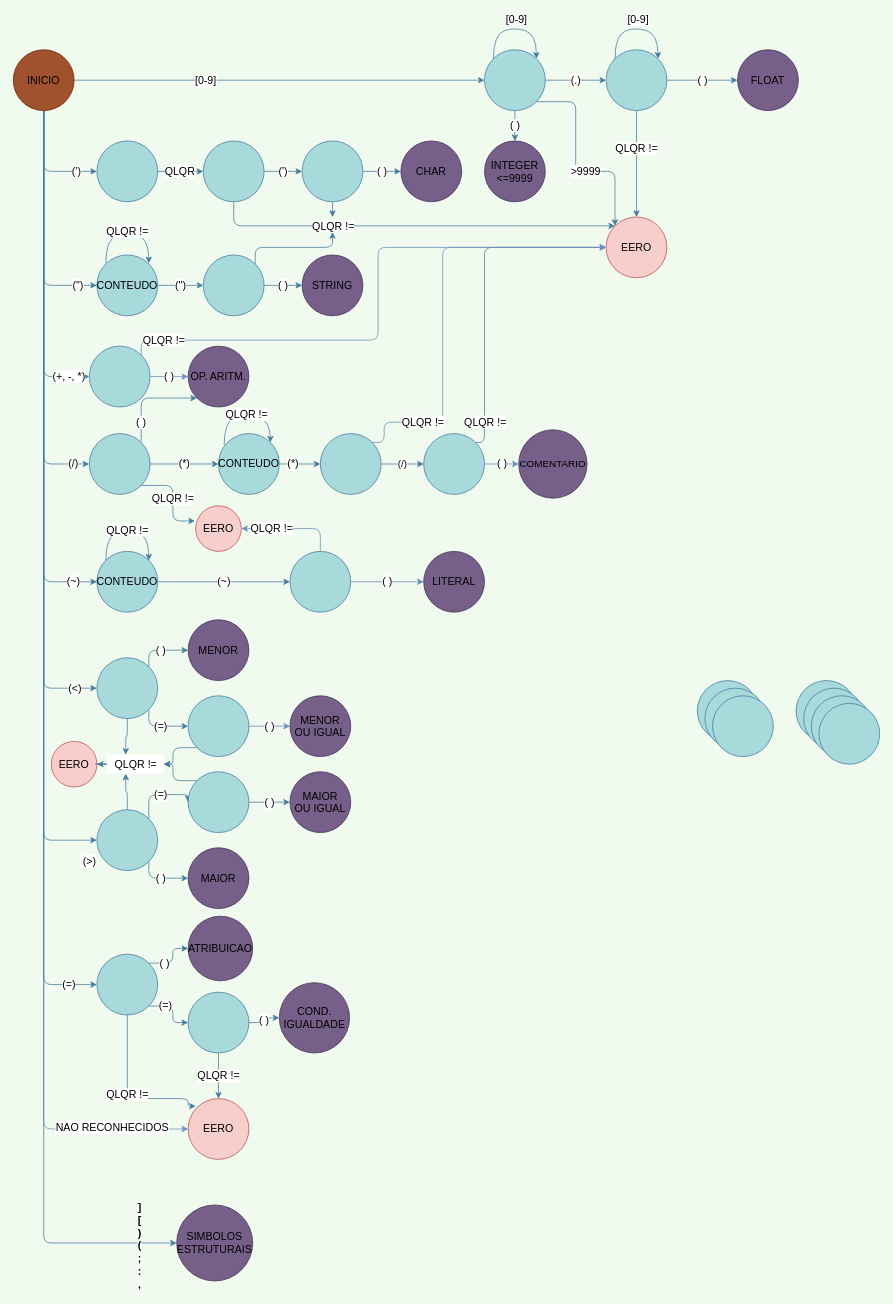
Earlier version of the draw.io diagram Untitled Diagram.drawio (V-Mihael/Hello-World). Source tidied: cells renumbered, new cells numbered last; positions are measured from the earlier drawing's top-left corner, leaving out a move shared by most shapes. Both pictures are drawn from the tidied source at 76%, with x=0, y=0 at pixel (13, 27).
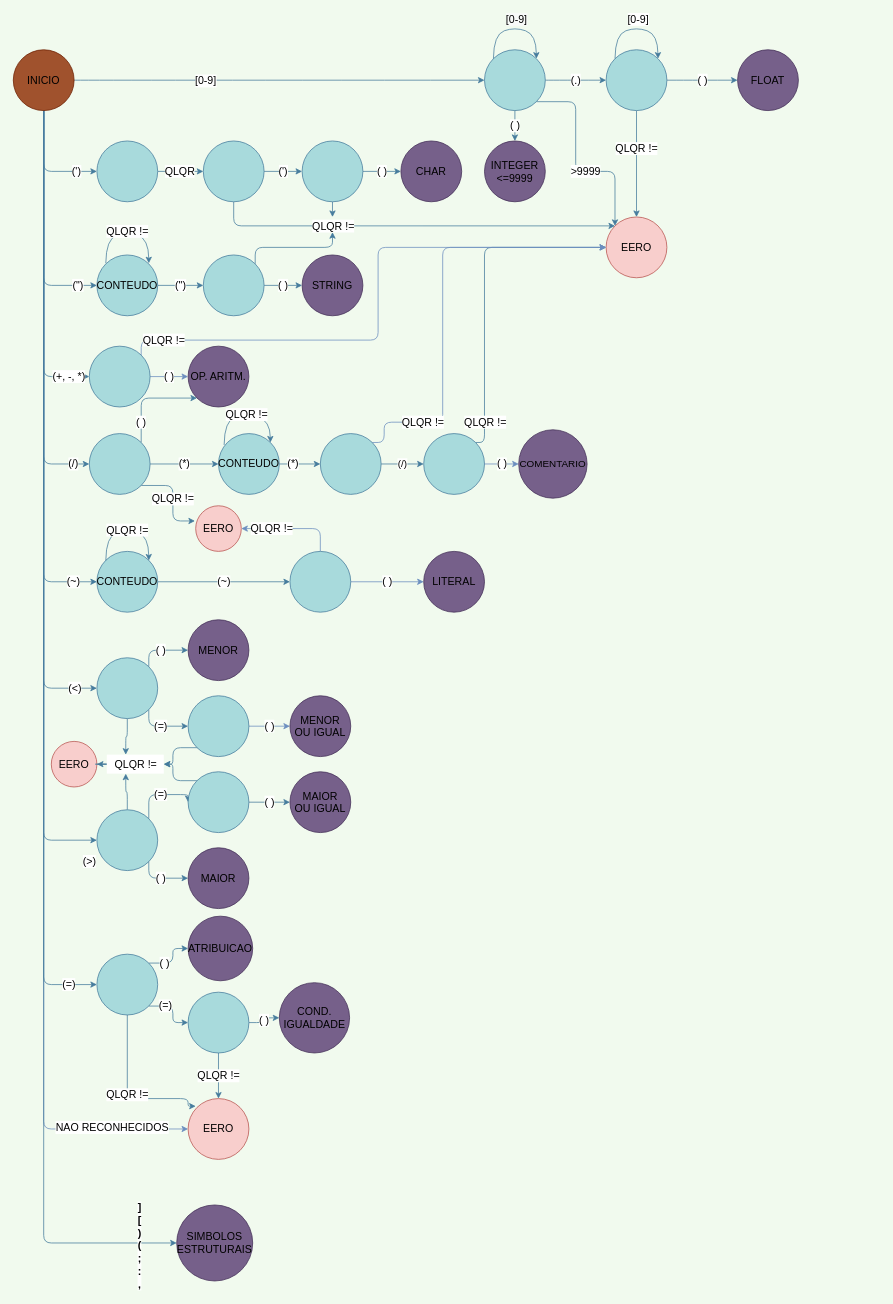
Above is the later version.

Change to the diagram source:
```diff
@@
-    <mxCell id="67" style="ellipse;whiteSpace=wrap;html=1;rounded=1;strokeColor=#457B9D;fillColor=#A8DADC;fontSize=14;" parent="1" vertex="1">
-      <mxGeometry x="900" y="860" width="80" height="80" as="geometry" />
-    </mxCell>
@@
-    <mxCell id="87" style="ellipse;whiteSpace=wrap;html=1;rounded=1;strokeColor=#457B9D;fillColor=#A8DADC;fontSize=14;" parent="1" vertex="1">
-      <mxGeometry x="1030" y="860" width="80" height="80" as="geometry" />
-    </mxCell>
-    <mxCell id="88" style="ellipse;whiteSpace=wrap;html=1;rounded=1;strokeColor=#457B9D;fillColor=#A8DADC;fontSize=14;" parent="1" vertex="1">
-      <mxGeometry x="910" y="870" width="80" height="80" as="geometry" />
-    </mxCell>
-    <mxCell id="89" style="ellipse;whiteSpace=wrap;html=1;rounded=1;strokeColor=#457B9D;fillColor=#A8DADC;fontSize=14;" parent="1" vertex="1">
-      <mxGeometry x="1040" y="870" width="80" height="80" as="geometry" />
-    </mxCell>
-    <mxCell id="90" style="ellipse;whiteSpace=wrap;html=1;rounded=1;strokeColor=#457B9D;fillColor=#A8DADC;fontSize=14;" parent="1" vertex="1">
-      <mxGeometry x="920" y="880" width="80" height="80" as="geometry" />
-    </mxCell>
-    <mxCell id="91" style="ellipse;whiteSpace=wrap;html=1;rounded=1;strokeColor=#457B9D;fillColor=#A8DADC;fontSize=14;" parent="1" vertex="1">
-      <mxGeometry x="1050" y="880" width="80" height="80" as="geometry" />
-    </mxCell>
@@
-    <mxCell id="96" style="ellipse;whiteSpace=wrap;html=1;rounded=1;strokeColor=#457B9D;fillColor=#A8DADC;fontSize=14;" parent="1" vertex="1">
-      <mxGeometry x="1060" y="890" width="80" height="80" as="geometry" />
-    </mxCell>
```
